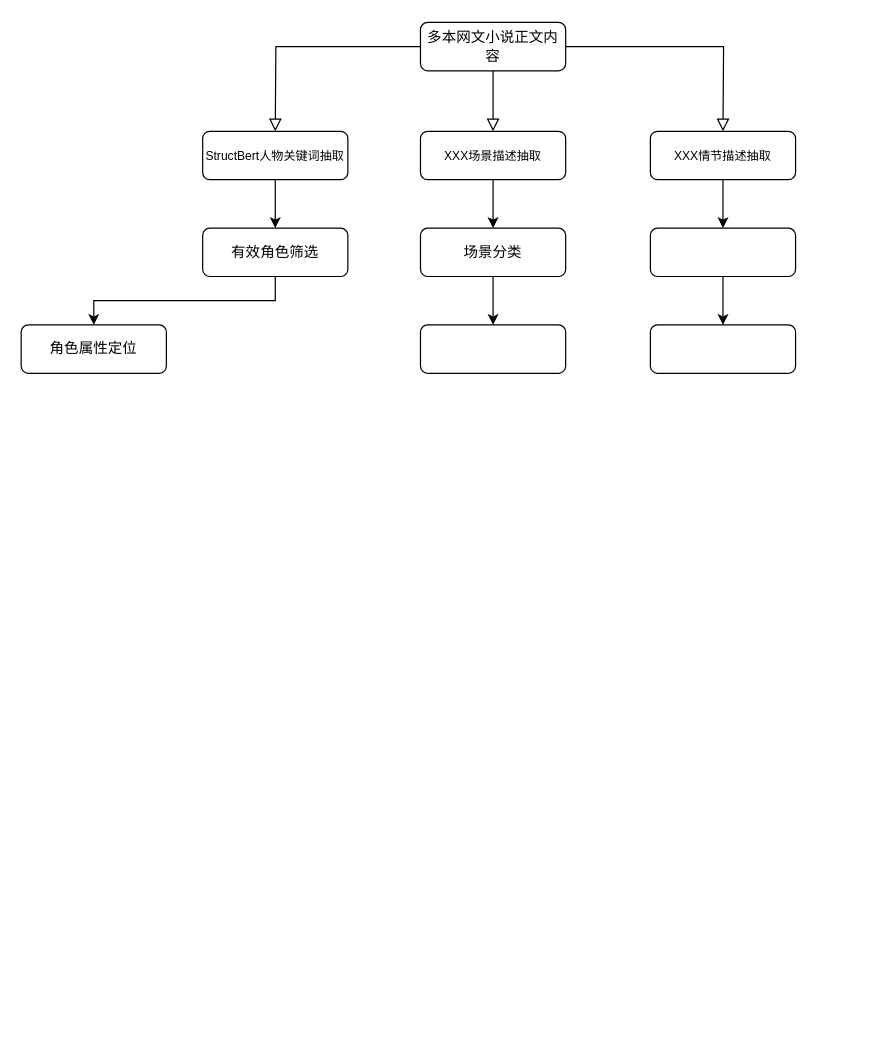
Above: 未命名绘图.drawio in Luoxun1989/work-graph (draw.io), before the change. Source tidied: cells renumbered, new cells numbered last; positions are measured from the earlier drawing's top-left corner, leaving out a move shared by most shapes. Both pictures are drawn from the tidied source at 121%, with x=0, y=0 at pixel (21, 22).
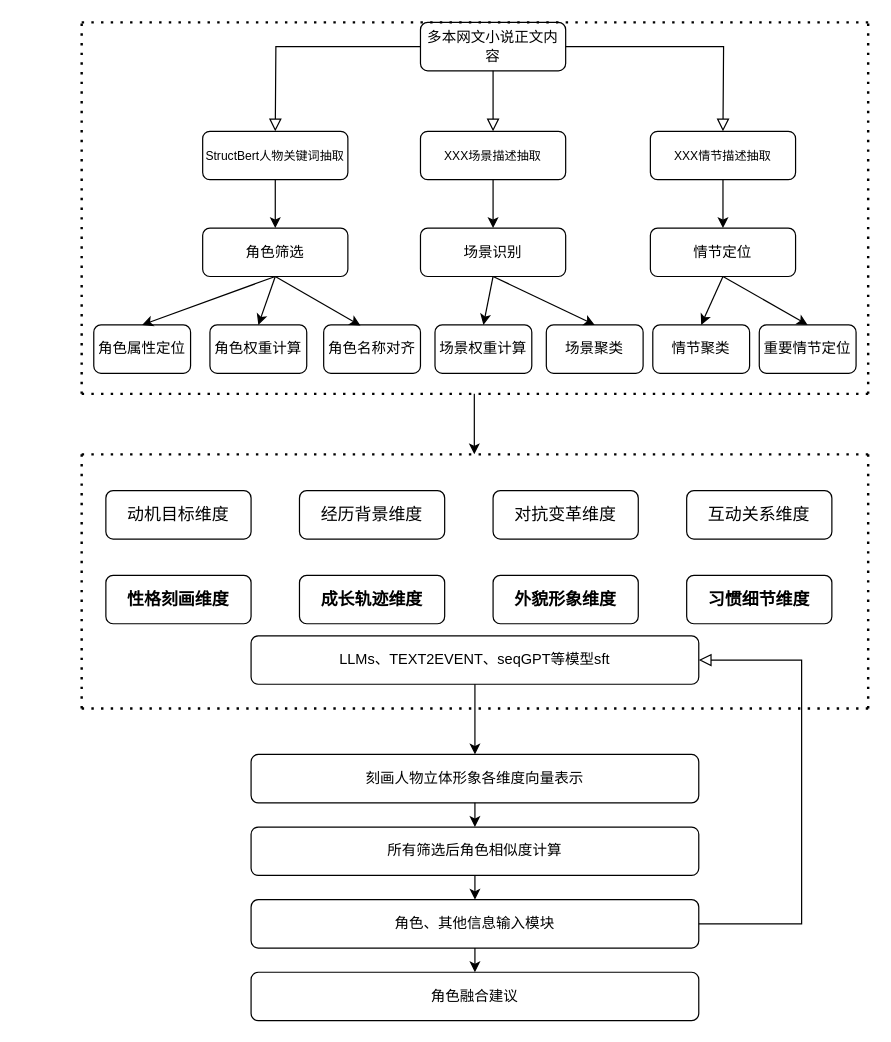
After the change.

Diff of the diagram source:
```diff
@@
     <mxCell id="6" value="角色属性定位" style="rounded=1;whiteSpace=wrap;html=1;fontSize=12;glass=0;strokeWidth=1;shadow=0;" parent="1" vertex="1">
-      <mxGeometry y="250" width="120" height="40" as="geometry" />
+      <mxGeometry x="60" y="250" width="80" height="40" as="geometry" />
     </mxCell>
-    <mxCell id="7" style="edgeStyle=orthogonalEdgeStyle;rounded=0;jettySize=auto;html=1;exitX=0.5;exitY=1;exitDx=0;exitDy=0;" parent="1" edge="1" source="8" target="6">
-      <mxGeometry relative="1" as="geometry" />
-    </mxCell>
-    <mxCell id="8" value="有效角色筛选" style="rounded=1;whiteSpace=wrap;html=1;fontSize=12;glass=0;strokeWidth=1;shadow=0;" parent="1" vertex="1">
+    <mxCell id="8" value="角色筛选" style="rounded=1;whiteSpace=wrap;html=1;fontSize=12;glass=0;strokeWidth=1;shadow=0;" parent="1" vertex="1">
       <mxGeometry x="150" y="170" width="120" height="40" as="geometry" />
     </mxCell>
@@
-    <mxCell id="11" style="rounded=1;whiteSpace=wrap;html=1;fontSize=12;glass=0;strokeWidth=1;shadow=0;" parent="1" vertex="1">
-      <mxGeometry x="330" y="250" width="120" height="40" as="geometry" />
+    <mxCell id="11" value="角色名称对齐" style="rounded=1;whiteSpace=wrap;html=1;fontSize=12;glass=0;strokeWidth=1;shadow=0;" parent="1" vertex="1">
+      <mxGeometry x="250" y="250" width="80" height="40" as="geometry" />
     </mxCell>
-    <mxCell id="12" style="edgeStyle=orthogonalEdgeStyle;rounded=0;jettySize=auto;html=1;exitX=0.5;exitY=1;exitDx=0;exitDy=0;" parent="1" edge="1" source="13" target="11">
-      <mxGeometry relative="1" as="geometry" />
-    </mxCell>
-    <mxCell id="13" value="场景分类" style="rounded=1;whiteSpace=wrap;html=1;fontSize=12;glass=0;strokeWidth=1;shadow=0;" parent="1" vertex="1">
+    <mxCell id="13" value="场景识别" style="rounded=1;whiteSpace=wrap;html=1;fontSize=12;glass=0;strokeWidth=1;shadow=0;" parent="1" vertex="1">
       <mxGeometry x="330" y="170" width="120" height="40" as="geometry" />
     </mxCell>
@@
-    <mxCell id="18" style="rounded=1;whiteSpace=wrap;html=1;fontSize=12;glass=0;strokeWidth=1;shadow=0;" parent="1" vertex="1">
-      <mxGeometry x="520" y="250" width="120" height="40" as="geometry" />
+    <mxCell id="18" value="&lt;p class=&quot;MsoNormal&quot;&gt;&lt;span style=&quot;mso-spacerun:'yes';font-family:宋体;font-size:10.5000pt;&lt;br/&gt;mso-font-kerning:1.0000pt;&quot;&gt;动机目标维度&lt;/span&gt;&lt;/p&gt;" style="rounded=1;whiteSpace=wrap;html=1;fontSize=12;glass=0;strokeWidth=1;shadow=0;" parent="1" vertex="1">
+      <mxGeometry x="70" y="387" width="120" height="40" as="geometry" />
     </mxCell>
-    <mxCell id="19" style="edgeStyle=orthogonalEdgeStyle;rounded=0;jettySize=auto;html=1;exitX=0.5;exitY=1;exitDx=0;exitDy=0;" parent="1" edge="1" source="20" target="18">
-      <mxGeometry relative="1" as="geometry" />
-    </mxCell>
-    <mxCell id="20" style="rounded=1;whiteSpace=wrap;html=1;fontSize=12;glass=0;strokeWidth=1;shadow=0;" parent="1" vertex="1">
+    <mxCell id="20" value="情节定位" style="rounded=1;whiteSpace=wrap;html=1;fontSize=12;glass=0;strokeWidth=1;shadow=0;" parent="1" vertex="1">
       <mxGeometry x="520" y="170" width="120" height="40" as="geometry" />
     </mxCell>
+    <mxCell id="21" value="角色权重计算" style="rounded=1;whiteSpace=wrap;html=1;fontSize=12;glass=0;strokeWidth=1;shadow=0;" parent="1" vertex="1">
+      <mxGeometry x="156" y="250" width="80" height="40" as="geometry" />
+    </mxCell>
+    <mxCell id="22" value="&lt;p class=&quot;MsoNormal&quot;&gt;&lt;span style=&quot;mso-spacerun:'yes';font-family:宋体;font-size:10.5000pt;&lt;br/&gt;mso-font-kerning:1.0000pt;&quot;&gt;经历背景维度&lt;/span&gt;&lt;/p&gt;" style="rounded=1;whiteSpace=wrap;html=1;fontSize=12;glass=0;strokeWidth=1;shadow=0;" parent="1" vertex="1">
+      <mxGeometry x="230" y="387" width="120" height="40" as="geometry" />
+    </mxCell>
+    <mxCell id="23" value="&lt;p class=&quot;MsoNormal&quot;&gt;&lt;span style=&quot;mso-spacerun:'yes';font-family:宋体;font-size:10.5000pt;&lt;br/&gt;mso-font-kerning:1.0000pt;&quot;&gt;对抗变革维度&lt;/span&gt;&lt;/p&gt;" style="rounded=1;whiteSpace=wrap;html=1;fontSize=12;glass=0;strokeWidth=1;shadow=0;" parent="1" vertex="1">
+      <mxGeometry x="390" y="387" width="120" height="40" as="geometry" />
+    </mxCell>
+    <mxCell id="24" value="&lt;p class=&quot;MsoNormal&quot;&gt;&lt;span style=&quot;mso-spacerun:'yes';font-family:宋体;font-size:10.5000pt;&lt;br/&gt;mso-font-kerning:1.0000pt;&quot;&gt;互动关系维度&lt;/span&gt;&lt;/p&gt;" style="rounded=1;whiteSpace=wrap;html=1;fontSize=12;glass=0;strokeWidth=1;shadow=0;" parent="1" vertex="1">
+      <mxGeometry x="550" y="387" width="120" height="40" as="geometry" />
+    </mxCell>
+    <mxCell id="25" value="&lt;p class=&quot;MsoNormal&quot;&gt;&lt;b&gt;&lt;span style=&quot;font-family: 宋体; font-size: 10.5pt;&quot;&gt;性格刻画维度&lt;/span&gt;&lt;/b&gt;&lt;/p&gt;" style="rounded=1;whiteSpace=wrap;html=1;fontSize=12;glass=0;strokeWidth=1;shadow=0;" parent="1" vertex="1">
+      <mxGeometry x="70" y="457" width="120" height="40" as="geometry" />
+    </mxCell>
+    <mxCell id="26" value="&lt;p class=&quot;MsoNormal&quot;&gt;&lt;b&gt;&lt;span style=&quot;font-family: 宋体; font-size: 10.5pt;&quot;&gt;成长轨迹维度&lt;/span&gt;&lt;/b&gt;&lt;/p&gt;" style="rounded=1;whiteSpace=wrap;html=1;fontSize=12;glass=0;strokeWidth=1;shadow=0;" parent="1" vertex="1">
+      <mxGeometry x="230" y="457" width="120" height="40" as="geometry" />
+    </mxCell>
+    <mxCell id="27" value="&lt;p class=&quot;MsoNormal&quot;&gt;&lt;b&gt;&lt;span style=&quot;font-family: 宋体; font-size: 10.5pt;&quot;&gt;外貌形象维度&lt;/span&gt;&lt;/b&gt;&lt;/p&gt;" style="rounded=1;whiteSpace=wrap;html=1;fontSize=12;glass=0;strokeWidth=1;shadow=0;" parent="1" vertex="1">
+      <mxGeometry x="390" y="457" width="120" height="40" as="geometry" />
+    </mxCell>
+    <mxCell id="28" value="&lt;p class=&quot;MsoNormal&quot;&gt;&lt;b&gt;&lt;span style=&quot;font-family: 宋体; font-size: 10.5pt;&quot;&gt;习惯细节维度&lt;/span&gt;&lt;/b&gt;&lt;/p&gt;" style="rounded=1;whiteSpace=wrap;html=1;fontSize=12;glass=0;strokeWidth=1;shadow=0;" parent="1" vertex="1">
+      <mxGeometry x="550" y="457" width="120" height="40" as="geometry" />
+    </mxCell>
+    <mxCell id="29" value="场景聚类" style="rounded=1;whiteSpace=wrap;html=1;fontSize=12;glass=0;strokeWidth=1;shadow=0;" parent="1" vertex="1">
+      <mxGeometry x="434" y="250" width="80" height="40" as="geometry" />
+    </mxCell>
+    <mxCell id="30" value="场景权重计算" style="rounded=1;whiteSpace=wrap;html=1;fontSize=12;glass=0;strokeWidth=1;shadow=0;" parent="1" vertex="1">
+      <mxGeometry x="342" y="250" width="80" height="40" as="geometry" />
+    </mxCell>
+    <mxCell id="31" value="情节聚类" style="rounded=1;whiteSpace=wrap;html=1;fontSize=12;glass=0;strokeWidth=1;shadow=0;" parent="1" vertex="1">
+      <mxGeometry x="522" y="250" width="80" height="40" as="geometry" />
+    </mxCell>
+    <mxCell id="32" value="重要情节定位" style="rounded=1;whiteSpace=wrap;html=1;fontSize=12;glass=0;strokeWidth=1;shadow=0;" parent="1" vertex="1">
+      <mxGeometry x="610" y="250" width="80" height="40" as="geometry" />
+    </mxCell>
+    <mxCell id="33" style="endArrow=classic;html=1;rounded=0;entryX=0.38;entryY=0.015;entryDx=0;entryDy=0;entryPerimeter=0;" parent="1" edge="1" target="11">
+      <mxGeometry relative="1" as="geometry">
+        <mxPoint x="210" y="210" as="sourcePoint" />
+      </mxGeometry>
+    </mxCell>
+    <mxCell id="34" style="endArrow=classic;html=1;rounded=0;exitX=0.5;exitY=1;exitDx=0;exitDy=0;entryX=0.5;entryY=0;entryDx=0;entryDy=0;" parent="1" edge="1" source="13" target="30">
+      <mxGeometry relative="1" as="geometry" />
+    </mxCell>
+    <mxCell id="35" style="endArrow=classic;html=1;rounded=0;exitX=0.5;exitY=1;exitDx=0;exitDy=0;entryX=0.5;entryY=0;entryDx=0;entryDy=0;" parent="1" edge="1" source="13" target="29">
+      <mxGeometry relative="1" as="geometry" />
+    </mxCell>
+    <mxCell id="36" style="endArrow=classic;html=1;rounded=0;exitX=0.5;exitY=1;exitDx=0;exitDy=0;entryX=0.5;entryY=0;entryDx=0;entryDy=0;" parent="1" edge="1" source="20" target="31">
+      <mxGeometry relative="1" as="geometry" />
+    </mxCell>
+    <mxCell id="37" style="endArrow=classic;html=1;rounded=0;exitX=0.5;exitY=1;exitDx=0;exitDy=0;entryX=0.5;entryY=0;entryDx=0;entryDy=0;" parent="1" edge="1" source="20" target="32">
+      <mxGeometry relative="1" as="geometry" />
+    </mxCell>
+    <mxCell id="38" style="endArrow=none;dashed=1;html=1;dashPattern=1 3;strokeWidth=2;rounded=0;" parent="1" edge="1">
+      <mxGeometry relative="1" as="geometry">
+        <mxPoint x="50" y="357" as="sourcePoint" />
+        <mxPoint x="700" y="357" as="targetPoint" />
+      </mxGeometry>
+    </mxCell>
+    <mxCell id="39" style="endArrow=none;dashed=1;html=1;dashPattern=1 3;strokeWidth=2;rounded=0;" parent="1" edge="1">
+      <mxGeometry relative="1" as="geometry">
+        <mxPoint x="50" y="567" as="sourcePoint" />
+        <mxPoint x="50" y="357" as="targetPoint" />
+      </mxGeometry>
+    </mxCell>
+    <mxCell id="40" style="endArrow=none;dashed=1;html=1;dashPattern=1 3;strokeWidth=2;rounded=0;" parent="1" edge="1">
+      <mxGeometry relative="1" as="geometry">
+        <mxPoint x="50" y="567" as="sourcePoint" />
+        <mxPoint x="700" y="567" as="targetPoint" />
+      </mxGeometry>
+    </mxCell>
+    <mxCell id="41" style="endArrow=none;dashed=1;html=1;dashPattern=1 3;strokeWidth=2;rounded=0;" parent="1" edge="1">
+      <mxGeometry relative="1" as="geometry">
+        <mxPoint x="700" y="567" as="sourcePoint" />
+        <mxPoint x="700" y="357" as="targetPoint" />
+      </mxGeometry>
+    </mxCell>
+    <mxCell id="42" style="endArrow=classic;html=1;rounded=0;entryX=0.5;entryY=0;entryDx=0;entryDy=0;" parent="1" edge="1" target="6">
+      <mxGeometry relative="1" as="geometry">
+        <mxPoint x="210" y="210" as="sourcePoint" />
+      </mxGeometry>
+    </mxCell>
+    <mxCell id="43" style="endArrow=classic;html=1;rounded=0;entryX=0.5;entryY=0;entryDx=0;entryDy=0;" parent="1" edge="1" target="21">
+      <mxGeometry relative="1" as="geometry">
+        <mxPoint x="210" y="210" as="sourcePoint" />
+      </mxGeometry>
+    </mxCell>
+    <mxCell id="44" value="刻画人物立体形象各维度向量表示" style="rounded=1;whiteSpace=wrap;html=1;fontSize=12;glass=0;strokeWidth=1;shadow=0;" parent="1" vertex="1">
+      <mxGeometry x="190" y="605" width="370" height="40" as="geometry" />
+    </mxCell>
+    <mxCell id="45" value="LLMs、TEXT2EVENT、seqGPT等模型sft" style="rounded=1;whiteSpace=wrap;html=1;fontSize=12;glass=0;strokeWidth=1;shadow=0;" parent="1" vertex="1">
+      <mxGeometry x="190" y="507" width="370" height="40" as="geometry" />
+    </mxCell>
+    <mxCell id="46" value="所有筛选后角色相似度计算" style="rounded=1;whiteSpace=wrap;html=1;fontSize=12;glass=0;strokeWidth=1;shadow=0;" parent="1" vertex="1">
+      <mxGeometry x="190" y="665" width="370" height="40" as="geometry" />
+    </mxCell>
+    <mxCell id="47" value="角色、其他信息输入模块" style="rounded=1;whiteSpace=wrap;html=1;fontSize=12;glass=0;strokeWidth=1;shadow=0;" parent="1" vertex="1">
+      <mxGeometry x="190" y="725" width="370" height="40" as="geometry" />
+    </mxCell>
+    <mxCell id="48" value="角色融合建议" style="rounded=1;whiteSpace=wrap;html=1;fontSize=12;glass=0;strokeWidth=1;shadow=0;" parent="1" vertex="1">
+      <mxGeometry x="190" y="785" width="370" height="40" as="geometry" />
+    </mxCell>
+    <mxCell id="49" style="rounded=0;html=1;jettySize=auto;fontSize=11;endArrow=block;endFill=0;endSize=8;strokeWidth=1;shadow=0;labelBackgroundColor=none;edgeStyle=orthogonalEdgeStyle;entryX=1;entryY=0.5;entryDx=0;entryDy=0;exitX=1;exitY=0.5;exitDx=0;exitDy=0;" parent="1" edge="1" source="47" target="45">
+      <mxGeometry relative="1" as="geometry">
+        <Array as="points">
+          <mxPoint x="645" y="745" />
+          <mxPoint x="645" y="527" />
+        </Array>
+      </mxGeometry>
+    </mxCell>
+    <mxCell id="50" style="endArrow=classic;html=1;rounded=0;entryX=0.5;entryY=0;entryDx=0;entryDy=0;exitX=0.5;exitY=1;exitDx=0;exitDy=0;" parent="1" edge="1" source="46" target="47">
+      <mxGeometry relative="1" as="geometry" />
+    </mxCell>
+    <mxCell id="51" style="endArrow=classic;html=1;rounded=0;exitX=0.5;exitY=1;exitDx=0;exitDy=0;entryX=0.5;entryY=0;entryDx=0;entryDy=0;" parent="1" edge="1" source="45" target="44">
+      <mxGeometry relative="1" as="geometry" />
+    </mxCell>
+    <mxCell id="52" style="endArrow=classic;html=1;rounded=0;entryX=0.5;entryY=0;entryDx=0;entryDy=0;exitX=0.5;exitY=1;exitDx=0;exitDy=0;" parent="1" edge="1" source="44" target="46">
+      <mxGeometry relative="1" as="geometry" />
+    </mxCell>
+    <mxCell id="53" style="endArrow=classic;html=1;rounded=0;exitX=0.5;exitY=1;exitDx=0;exitDy=0;entryX=0.5;entryY=0;entryDx=0;entryDy=0;" parent="1" edge="1" source="47" target="48">
+      <mxGeometry relative="1" as="geometry" />
+    </mxCell>
+    <mxCell id="54" style="endArrow=none;dashed=1;html=1;dashPattern=1 3;strokeWidth=2;rounded=0;" parent="1" edge="1">
+      <mxGeometry relative="1" as="geometry">
+        <mxPoint x="50" y="307" as="sourcePoint" />
+        <mxPoint x="700" y="307" as="targetPoint" />
+      </mxGeometry>
+    </mxCell>
+    <mxCell id="55" style="endArrow=none;dashed=1;html=1;dashPattern=1 3;strokeWidth=2;rounded=0;" parent="1" edge="1">
+      <mxGeometry relative="1" as="geometry">
+        <mxPoint x="50" as="sourcePoint" />
+        <mxPoint x="700" as="targetPoint" />
+      </mxGeometry>
+    </mxCell>
+    <mxCell id="56" style="endArrow=none;dashed=1;html=1;dashPattern=1 3;strokeWidth=2;rounded=0;" parent="1" edge="1">
+      <mxGeometry relative="1" as="geometry">
+        <mxPoint x="50" y="307" as="sourcePoint" />
+        <mxPoint x="50" as="targetPoint" />
+      </mxGeometry>
+    </mxCell>
+    <mxCell id="57" style="endArrow=none;dashed=1;html=1;dashPattern=1 3;strokeWidth=2;rounded=0;" parent="1" edge="1">
+      <mxGeometry relative="1" as="geometry">
+        <mxPoint x="700" y="307" as="sourcePoint" />
+        <mxPoint x="700" as="targetPoint" />
+      </mxGeometry>
+    </mxCell>
+    <mxCell id="58" style="endArrow=classic;html=1;rounded=0;" parent="1" edge="1">
+      <mxGeometry relative="1" as="geometry">
+        <mxPoint x="374.5" y="307" as="sourcePoint" />
+        <mxPoint x="374.5" y="357" as="targetPoint" />
+      </mxGeometry>
+    </mxCell>
```
